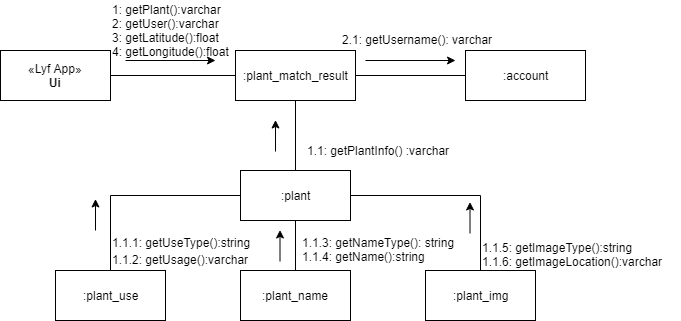
Earlier version of the draw.io export Documentations/Diagrams/9-Communication Diagram/Display Locations and Results/Displaying Location and Result.png (seans888/project--lyf). Source tidied: cells renumbered, new cells last; positions are measured from the earlier drawing's top-left corner, leaving out a move shared by most shapes. Its diagram source:
```xml
<mxGraphModel>
  <root>
    <mxCell id="0" />
    <mxCell id="1" parent="0" />
    <mxCell id="2" style="edgeStyle=orthogonalEdgeStyle;rounded=0;jettySize=auto;html=1;exitX=1;exitY=0.5;exitDx=0;exitDy=0;entryX=0;entryY=0.5;entryDx=0;entryDy=0;endArrow=none;endFill=0;" parent="1" edge="1" source="3" target="6">
      <mxGeometry relative="1" as="geometry" />
    </mxCell>
    <mxCell id="3" value="«Lyf App»&lt;br&gt;&lt;b&gt;Ui&lt;/b&gt;" style="html=1;" parent="1" vertex="1">
      <mxGeometry y="50" width="110" height="50" as="geometry" />
    </mxCell>
    <mxCell id="4" style="edgeStyle=orthogonalEdgeStyle;rounded=0;jettySize=auto;html=1;exitX=0.5;exitY=1;exitDx=0;exitDy=0;endArrow=none;endFill=0;" parent="1" edge="1" source="6" target="8">
      <mxGeometry relative="1" as="geometry" />
    </mxCell>
    <mxCell id="5" style="edgeStyle=orthogonalEdgeStyle;rounded=0;jettySize=auto;html=1;exitX=1;exitY=0.5;exitDx=0;exitDy=0;entryX=0;entryY=0.5;entryDx=0;entryDy=0;endArrow=none;endFill=0;" parent="1" edge="1" source="6" target="15">
      <mxGeometry relative="1" as="geometry" />
    </mxCell>
    <mxCell id="6" value=":plant_match_result" style="html=1;" parent="1" vertex="1">
      <mxGeometry x="235" y="50" width="120" height="50" as="geometry" />
    </mxCell>
    <mxCell id="7" value="1: getPlant():varchar&lt;br&gt;2: getUser():varchar&lt;br&gt;3: getLatitude():float&lt;br&gt;4: getLongitude():float&lt;br&gt;" style="text;html=1;align=left;verticalAlign=top;spacingTop=-4;" parent="1" vertex="1">
      <mxGeometry x="110" width="130" height="60" as="geometry" />
    </mxCell>
    <mxCell id="8" value=":plant" style="html=1;" parent="1" vertex="1">
      <mxGeometry x="240" y="170" width="110" height="50" as="geometry" />
    </mxCell>
    <mxCell id="9" style="edgeStyle=orthogonalEdgeStyle;rounded=0;jettySize=auto;html=1;exitX=0.5;exitY=0;exitDx=0;exitDy=0;entryX=0.5;entryY=1;entryDx=0;entryDy=0;endArrow=none;endFill=0;" parent="1" edge="1" source="10" target="8">
      <mxGeometry relative="1" as="geometry" />
    </mxCell>
    <mxCell id="10" value=":plant_name" style="html=1;" parent="1" vertex="1">
      <mxGeometry x="240" y="270" width="110" height="50" as="geometry" />
    </mxCell>
    <mxCell id="11" style="edgeStyle=orthogonalEdgeStyle;rounded=0;jettySize=auto;html=1;exitX=0.5;exitY=0;exitDx=0;exitDy=0;entryX=0;entryY=0.5;entryDx=0;entryDy=0;endArrow=none;endFill=0;" parent="1" edge="1" source="12" target="8">
      <mxGeometry relative="1" as="geometry" />
    </mxCell>
    <mxCell id="12" value=":plant_use&lt;br&gt;" style="html=1;" parent="1" vertex="1">
      <mxGeometry x="55" y="270" width="110" height="50" as="geometry" />
    </mxCell>
    <mxCell id="13" style="edgeStyle=orthogonalEdgeStyle;rounded=0;jettySize=auto;html=1;exitX=0.5;exitY=0;exitDx=0;exitDy=0;entryX=1;entryY=0.5;entryDx=0;entryDy=0;endArrow=none;endFill=0;" parent="1" edge="1" source="14" target="8">
      <mxGeometry relative="1" as="geometry" />
    </mxCell>
    <mxCell id="14" value=":plant_img&lt;br&gt;" style="html=1;" parent="1" vertex="1">
      <mxGeometry x="425" y="270" width="110" height="50" as="geometry" />
    </mxCell>
    <mxCell id="15" value=":account" style="html=1;" parent="1" vertex="1">
      <mxGeometry x="465" y="50" width="120" height="50" as="geometry" />
    </mxCell>
    <mxCell id="16" value="2.1: getUsername(): varchar&amp;nbsp;" style="text;html=1;align=left;verticalAlign=top;spacingTop=-4;" parent="1" vertex="1">
      <mxGeometry x="340" y="30" width="170" height="20" as="geometry" />
    </mxCell>
    <mxCell id="17" value="1.1: getPlantInfo() :varchar" style="text;html=1;align=left;verticalAlign=top;spacingTop=-4;" parent="1" vertex="1">
      <mxGeometry x="305" y="141" width="160" height="20" as="geometry" />
    </mxCell>
    <mxCell id="18" value="1.1.1: getUseType():string" style="text;html=1;align=left;verticalAlign=top;spacingTop=-4;" parent="1" vertex="1">
      <mxGeometry x="110" y="233" width="150" height="20" as="geometry" />
    </mxCell>
    <mxCell id="19" value="1.1.2: getUsage():varchar" style="text;html=1;align=left;verticalAlign=top;spacingTop=-4;" parent="1" vertex="1">
      <mxGeometry x="110" y="250" width="150" height="20" as="geometry" />
    </mxCell>
    <mxCell id="20" value="1.1.3: getNameType(): string&lt;br&gt;1.1.4: getName():string&lt;br&gt;" style="text;html=1;align=left;verticalAlign=top;spacingTop=-4;" parent="1" vertex="1">
      <mxGeometry x="300" y="233" width="170" height="30" as="geometry" />
    </mxCell>
    <mxCell id="21" value="1.1.5: getImageType():string&lt;br&gt;1.1.6: getImageLocation():varchar&lt;br&gt;" style="text;html=1;align=left;verticalAlign=top;spacingTop=-4;" parent="1" vertex="1">
      <mxGeometry x="480" y="238" width="200" height="30" as="geometry" />
    </mxCell>
    <mxCell id="22" style="endArrow=classic;html=1;" parent="1" edge="1">
      <mxGeometry relative="1" as="geometry">
        <mxPoint x="125" y="60" as="sourcePoint" />
        <mxPoint x="215" y="60" as="targetPoint" />
      </mxGeometry>
    </mxCell>
    <mxCell id="23" style="endArrow=classic;html=1;" parent="1" edge="1">
      <mxGeometry relative="1" as="geometry">
        <mxPoint x="365" y="60" as="sourcePoint" />
        <mxPoint x="455" y="60" as="targetPoint" />
      </mxGeometry>
    </mxCell>
    <mxCell id="24" style="endArrow=classic;html=1;" parent="1" edge="1">
      <mxGeometry relative="1" as="geometry">
        <mxPoint x="95" y="230" as="sourcePoint" />
        <mxPoint x="95" y="198.5" as="targetPoint" />
      </mxGeometry>
    </mxCell>
    <mxCell id="25" style="endArrow=classic;html=1;" parent="1" edge="1">
      <mxGeometry relative="1" as="geometry">
        <mxPoint x="279.5" y="261" as="sourcePoint" />
        <mxPoint x="279.5" y="229.5" as="targetPoint" />
      </mxGeometry>
    </mxCell>
    <mxCell id="26" style="endArrow=classic;html=1;" parent="1" edge="1">
      <mxGeometry relative="1" as="geometry">
        <mxPoint x="469.5" y="233" as="sourcePoint" />
        <mxPoint x="469.5" y="201.5" as="targetPoint" />
      </mxGeometry>
    </mxCell>
    <mxCell id="27" style="endArrow=classic;html=1;" parent="1" edge="1">
      <mxGeometry relative="1" as="geometry">
        <mxPoint x="275" y="151" as="sourcePoint" />
        <mxPoint x="275" y="119.5" as="targetPoint" />
      </mxGeometry>
    </mxCell>
  </root>
</mxGraphModel>
```
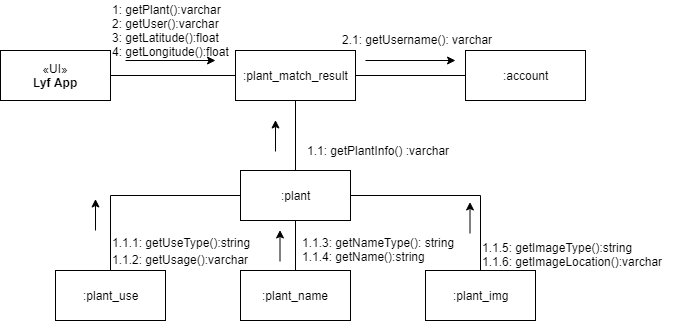
After the change.

The edit, as a diff of the source:
```diff
@@ -5,7 +5,7 @@
     <mxCell id="2" style="edgeStyle=orthogonalEdgeStyle;rounded=0;jettySize=auto;html=1;exitX=1;exitY=0.5;exitDx=0;exitDy=0;entryX=0;entryY=0.5;entryDx=0;entryDy=0;endArrow=none;endFill=0;" parent="1" edge="1" source="3" target="6">
       <mxGeometry relative="1" as="geometry" />
     </mxCell>
-    <mxCell id="3" value="«Lyf App»&lt;br&gt;&lt;b&gt;Ui&lt;/b&gt;" style="html=1;" parent="1" vertex="1">
+    <mxCell id="3" value="«UI»&lt;br&gt;&lt;b&gt;Lyf App&lt;/b&gt;&lt;br&gt;" style="html=1;" parent="1" vertex="1">
       <mxGeometry y="50" width="110" height="50" as="geometry" />
     </mxCell>
     <mxCell id="4" style="edgeStyle=orthogonalEdgeStyle;rounded=0;jettySize=auto;html=1;exitX=0.5;exitY=1;exitDx=0;exitDy=0;endArrow=none;endFill=0;" parent="1" edge="1" source="6" target="8">
```
